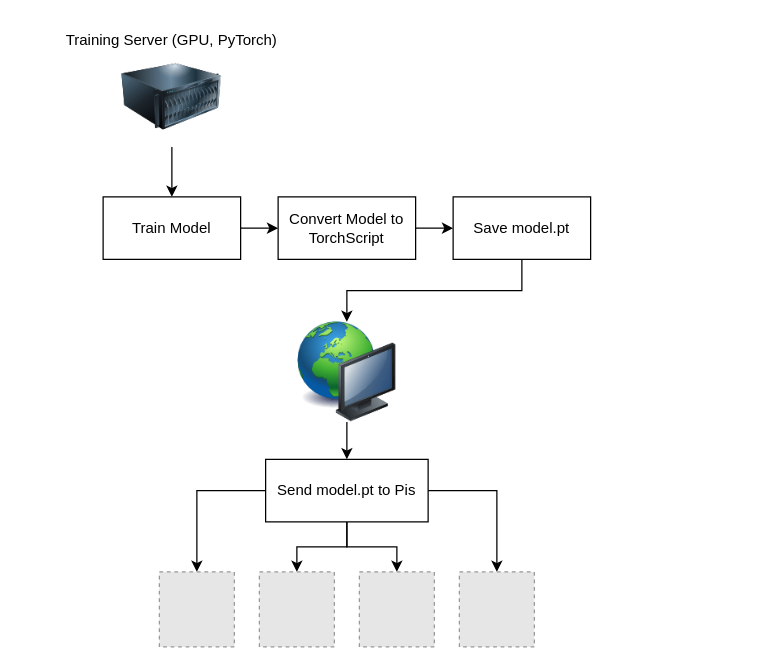
This is ExecuTorch_Draft.drawio from Foley-ops/raspberrypi-lab-setup, a draw.io file, before an edit. Source tidied: cells renumbered, new cells numbered last; positions are measured from the earlier drawing's top-left corner, leaving out a move shared by most shapes. Both pictures are drawn from the tidied source at 125%, with x=0, y=0 at pixel (52, 21). Pictures stored in the file or linked from it are replaced by grey dashed boxes.
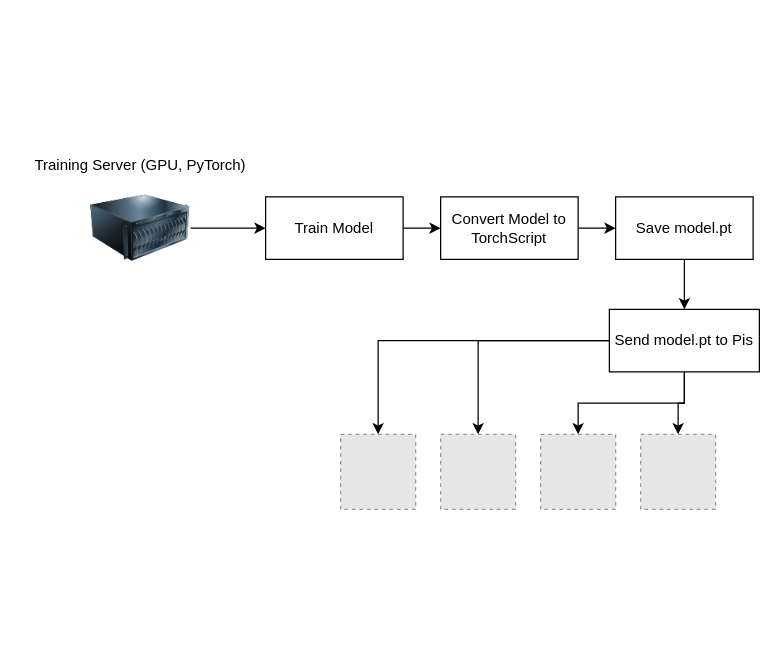
The same diagram, later.

Diff of the diagram source:
```diff
@@
-    <mxCell id="2" style="edgeStyle=orthogonalEdgeStyle;rounded=0;jettySize=auto;html=1;entryX=0.5;entryY=0;entryDx=0;entryDy=0;" parent="1" edge="1" source="3" target="6">
+    <mxCell id="2" style="edgeStyle=orthogonalEdgeStyle;rounded=0;jettySize=auto;html=1;" parent="1" edge="1" source="3" target="6">
       <mxGeometry relative="1" as="geometry" />
     </mxCell>
     <mxCell id="3" style="image;html=1;image=img/lib/clip_art/computers/Server_128x128.png;" parent="1" vertex="1">
-      <mxGeometry x="55" y="20" width="80" height="80" as="geometry" />
+      <mxGeometry x="30" y="125" width="80" height="80" as="geometry" />
     </mxCell>
     <mxCell id="4" value="Training Server (GPU, PyTorch)" style="text;strokeColor=none;align=center;fillColor=none;html=1;verticalAlign=middle;whiteSpace=wrap;rounded=0;" parent="1" vertex="1">
-      <mxGeometry width="190" height="30" as="geometry" />
+      <mxGeometry x="-25" y="100" width="190" height="30" as="geometry" />
     </mxCell>
@@
     <mxCell id="6" value="Train Model" style="html=1;whiteSpace=wrap;" parent="1" vertex="1">
-      <mxGeometry x="40" y="140" width="110" height="50" as="geometry" />
+      <mxGeometry x="170" y="140" width="110" height="50" as="geometry" />
     </mxCell>
@@
     <mxCell id="8" value="Convert Model to TorchScript" style="html=1;whiteSpace=wrap;" parent="1" vertex="1">
-      <mxGeometry x="180" y="140" width="110" height="50" as="geometry" />
+      <mxGeometry x="310" y="140" width="110" height="50" as="geometry" />
     </mxCell>
-    <mxCell id="9" style="edgeStyle=orthogonalEdgeStyle;rounded=0;jettySize=auto;html=1;exitX=0.5;exitY=1;exitDx=0;exitDy=0;entryX=0.5;entryY=0;entryDx=0;entryDy=0;" parent="1" edge="1" source="10" target="12">
-      <mxGeometry relative="1" as="geometry" />
-    </mxCell>
+    <mxCell id="22" style="edgeStyle=orthogonalEdgeStyle;rounded=0;jettySize=auto;html=1;" parent="1" edge="1" source="10" target="21">
+      <mxGeometry relative="1" as="geometry" />
+    </mxCell>
     <mxCell id="10" value="Save model.pt" style="html=1;whiteSpace=wrap;" parent="1" vertex="1">
-      <mxGeometry x="320" y="140" width="110" height="50" as="geometry" />
+      <mxGeometry x="450" y="140" width="110" height="50" as="geometry" />
     </mxCell>
-    <mxCell id="11" style="edgeStyle=orthogonalEdgeStyle;rounded=0;jettySize=auto;html=1;entryX=0.5;entryY=0;entryDx=0;entryDy=0;" parent="1" edge="1" source="12" target="21">
-      <mxGeometry relative="1" as="geometry" />
-    </mxCell>
-    <mxCell id="12" style="image;html=1;image=img/lib/clip_art/computers/Network_128x128.png;" parent="1" vertex="1">
-      <mxGeometry x="195" y="240" width="80" height="80" as="geometry" />
-    </mxCell>
     <mxCell id="13" style="fillColor=#E6E6E6;strokeColor=#999999;dashed=1;html=1;verticalAlign=top;verticalLabelPosition=bottom;labelBackgroundColor=#ffffff;" parent="1" vertex="1">
-      <mxGeometry x="85" y="440" width="60" height="60" as="geometry" />
+      <mxGeometry x="230" y="330" width="60" height="60" as="geometry" />
     </mxCell>
     <mxCell id="14" style="fillColor=#E6E6E6;strokeColor=#999999;dashed=1;html=1;verticalAlign=top;verticalLabelPosition=bottom;labelBackgroundColor=#ffffff;" parent="1" vertex="1">
-      <mxGeometry x="165" y="440" width="60" height="60" as="geometry" />
+      <mxGeometry x="310" y="330" width="60" height="60" as="geometry" />
     </mxCell>
     <mxCell id="15" style="fillColor=#E6E6E6;strokeColor=#999999;dashed=1;html=1;verticalAlign=top;verticalLabelPosition=bottom;labelBackgroundColor=#ffffff;" parent="1" vertex="1">
-      <mxGeometry x="245" y="440" width="60" height="60" as="geometry" />
+      <mxGeometry x="390" y="330" width="60" height="60" as="geometry" />
     </mxCell>
     <mxCell id="16" style="fillColor=#E6E6E6;strokeColor=#999999;dashed=1;html=1;verticalAlign=top;verticalLabelPosition=bottom;labelBackgroundColor=#ffffff;" parent="1" vertex="1">
-      <mxGeometry x="325" y="440" width="60" height="60" as="geometry" />
+      <mxGeometry x="470" y="330" width="60" height="60" as="geometry" />
     </mxCell>
@@
     <mxCell id="21" value="Send model.pt to Pis" style="html=1;whiteSpace=wrap;" parent="1" vertex="1">
-      <mxGeometry x="170" y="350" width="130" height="50" as="geometry" />
+      <mxGeometry x="445" y="230" width="120" height="50" as="geometry" />
     </mxCell>
```
